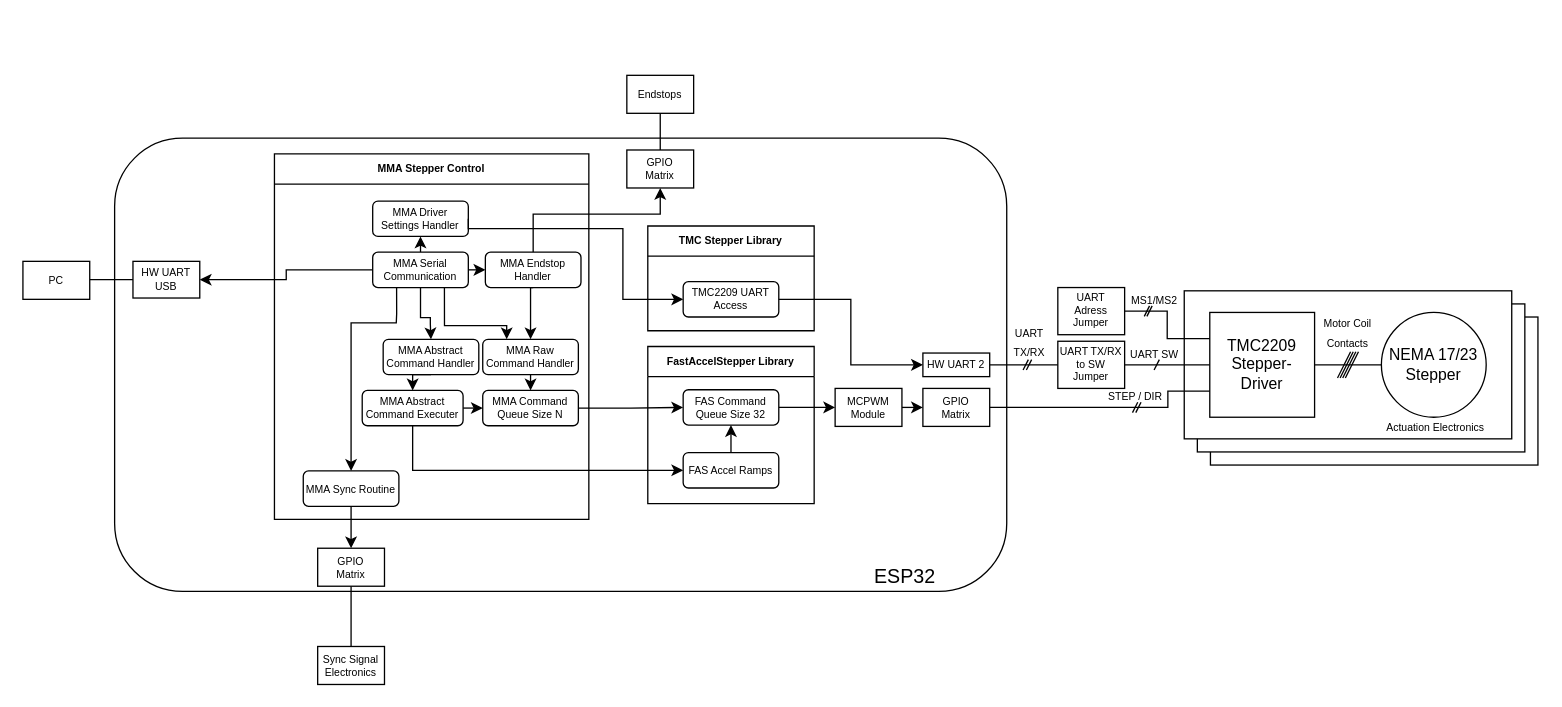
The draw.io diagram Code_Schematics/stepper_control_schematic.drawio in LexSoko/CES_Projekt, before the edit. Source tidied: cells renumbered, new cells numbered last; positions are measured from the earlier drawing's top-left corner, leaving out a move shared by most shapes. Both pictures are drawn from the tidied source at 131%, with x=0, y=0 at pixel (22, 75).
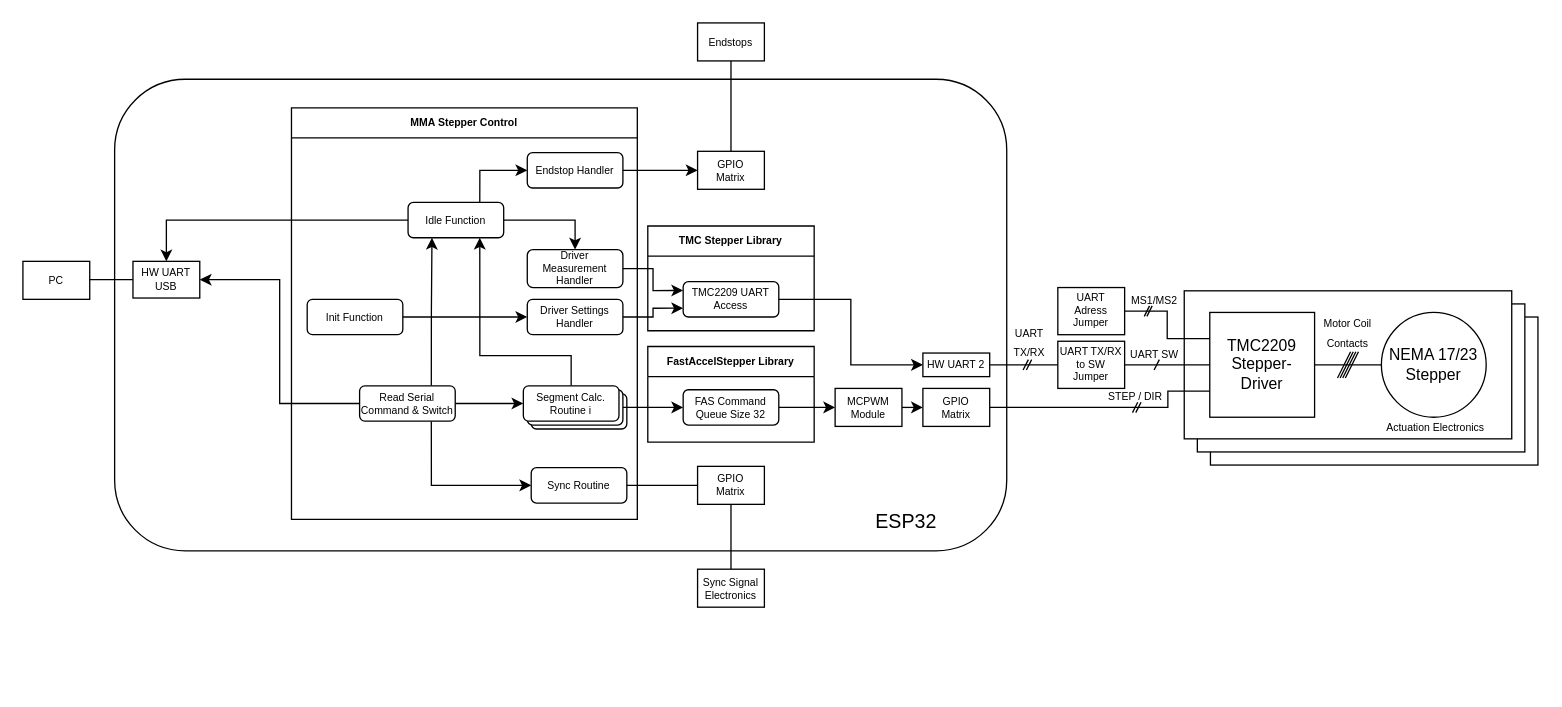
After the change.

Unchanged cells that the change refers to:
```xml
<mxCell id="38" value="FAS Command Queue Size 32" style="rounded=1;whiteSpace=wrap;html=1;fontSize=8;" parent="1" vertex="1">
  <mxGeometry x="504" y="240" width="73" height="27" as="geometry" />
</mxCell>
<mxCell id="42" value="TMC2209 UART&lt;br&gt;Access" style="rounded=1;whiteSpace=wrap;html=1;fontSize=8;" parent="41" vertex="1">
  <mxGeometry x="27" y="42.5" width="73" height="27" as="geometry" />
</mxCell>
<mxCell id="45" value="HW UART USB" style="rounded=0;whiteSpace=wrap;html=1;fontSize=8;" parent="1" vertex="1">
  <mxGeometry x="84" y="142" width="51" height="28" as="geometry" />
</mxCell>
```

Diff of the diagram source:
```diff
@@
     <mxCell id="4" style="rounded=1;whiteSpace=wrap;html=1;fontSize=8;" parent="1" vertex="1">
-      <mxGeometry x="70" y="48" width="681" height="346" as="geometry" />
+      <mxGeometry x="70" y="3" width="681" height="360" as="geometry" />
     </mxCell>
@@
     <mxCell id="36" value="FastAccelStepper Library" style="swimlane;fontSize=8;" parent="1" vertex="1">
-      <mxGeometry x="477" y="207" width="127" height="120" as="geometry" />
+      <mxGeometry x="477" y="207" width="127" height="73" as="geometry" />
     </mxCell>
@@
-    <mxCell id="39" style="edgeStyle=orthogonalEdgeStyle;rounded=0;jettySize=auto;html=1;exitX=0.5;exitY=0;exitDx=0;exitDy=0;entryX=0.5;entryY=1;entryDx=0;entryDy=0;fontSize=8;endArrow=classic;endFill=1;" parent="1" edge="1" source="40" target="38">
-      <mxGeometry relative="1" as="geometry" />
-    </mxCell>
-    <mxCell id="40" value="FAS Accel Ramps" style="rounded=1;whiteSpace=wrap;html=1;fontSize=8;" parent="1" vertex="1">
-      <mxGeometry x="504" y="288" width="73" height="27" as="geometry" />
-    </mxCell>
@@
     <mxCell id="46" value="MMA Stepper Control" style="swimlane;fontSize=8;" parent="1" vertex="1">
-      <mxGeometry x="192" y="60" width="240" height="279" as="geometry" />
+      <mxGeometry x="205" y="24.8" width="264" height="314.2" as="geometry" />
     </mxCell>
-    <mxCell id="47" value="MMA Command Queue Size N" style="rounded=1;whiteSpace=wrap;html=1;fontSize=8;" parent="46" vertex="1">
-      <mxGeometry x="159" y="180.5" width="73" height="27" as="geometry" />
-    </mxCell>
-    <mxCell id="48" style="edgeStyle=orthogonalEdgeStyle;rounded=0;jettySize=auto;html=1;exitX=0.75;exitY=1;exitDx=0;exitDy=0;entryX=0.25;entryY=0;entryDx=0;entryDy=0;fontSize=8;endArrow=classic;endFill=1;" parent="46" edge="1" source="52" target="54">
-      <mxGeometry relative="1" as="geometry">
-        <Array as="points">
-          <mxPoint x="130" y="131" />
-          <mxPoint x="177" y="131" />
-        </Array>
-      </mxGeometry>
-    </mxCell>
-    <mxCell id="49" style="edgeStyle=orthogonalEdgeStyle;rounded=0;jettySize=auto;html=1;exitX=0.5;exitY=1;exitDx=0;exitDy=0;entryX=0.5;entryY=0;entryDx=0;entryDy=0;fontSize=8;endArrow=classic;endFill=1;" parent="46" edge="1" source="52" target="56">
-      <mxGeometry relative="1" as="geometry">
-        <Array as="points">
-          <mxPoint x="111" y="125" />
-          <mxPoint x="119" y="125" />
-          <mxPoint x="119" y="130" />
-          <mxPoint x="119" y="130" />
-        </Array>
-      </mxGeometry>
-    </mxCell>
-    <mxCell id="50" style="edgeStyle=orthogonalEdgeStyle;rounded=0;jettySize=auto;html=1;exitX=0.5;exitY=0;exitDx=0;exitDy=0;entryX=0.5;entryY=1;entryDx=0;entryDy=0;fontSize=8;endArrow=classic;endFill=1;" parent="46" edge="1" source="52" target="59">
-      <mxGeometry relative="1" as="geometry" />
-    </mxCell>
-    <mxCell id="51" style="edgeStyle=orthogonalEdgeStyle;rounded=0;jettySize=auto;html=1;exitX=0.25;exitY=1;exitDx=0;exitDy=0;entryX=0.5;entryY=0;entryDx=0;entryDy=0;fontSize=8;endArrow=classic;endFill=1;" parent="46" edge="1" source="52" target="60">
-      <mxGeometry relative="1" as="geometry">
-        <Array as="points">
-          <mxPoint x="93" y="122" />
-          <mxPoint x="93" y="122" />
-          <mxPoint x="93" y="129" />
-          <mxPoint x="58" y="129" />
-        </Array>
-      </mxGeometry>
-    </mxCell>
-    <mxCell id="52" value="MMA Serial Communication" style="rounded=1;whiteSpace=wrap;html=1;fontSize=8;" parent="46" vertex="1">
-      <mxGeometry x="75" y="75" width="73" height="27" as="geometry" />
-    </mxCell>
-    <mxCell id="53" style="edgeStyle=orthogonalEdgeStyle;rounded=0;jettySize=auto;html=1;exitX=0.5;exitY=1;exitDx=0;exitDy=0;entryX=0.5;entryY=0;entryDx=0;entryDy=0;fontSize=8;endArrow=classic;endFill=1;" parent="46" edge="1" source="54" target="47">
-      <mxGeometry relative="1" as="geometry" />
-    </mxCell>
-    <mxCell id="54" value="MMA Raw Command Handler" style="rounded=1;whiteSpace=wrap;html=1;fontSize=8;" parent="46" vertex="1">
-      <mxGeometry x="159" y="141.5" width="73" height="27" as="geometry" />
-    </mxCell>
-    <mxCell id="55" style="edgeStyle=orthogonalEdgeStyle;rounded=0;jettySize=auto;html=1;exitX=0.5;exitY=1;exitDx=0;exitDy=0;entryX=0.5;entryY=0;entryDx=0;entryDy=0;fontSize=8;endArrow=classic;endFill=1;" parent="46" edge="1" source="56" target="58">
-      <mxGeometry relative="1" as="geometry" />
-    </mxCell>
-    <mxCell id="56" value="MMA Abstract Command Handler" style="rounded=1;whiteSpace=wrap;html=1;fontSize=8;" parent="46" vertex="1">
-      <mxGeometry x="83" y="141.5" width="73" height="27" as="geometry" />
-    </mxCell>
-    <mxCell id="57" style="edgeStyle=orthogonalEdgeStyle;rounded=0;jettySize=auto;html=1;exitX=1;exitY=0.5;exitDx=0;exitDy=0;entryX=0;entryY=0.5;entryDx=0;entryDy=0;fontSize=8;endArrow=classic;endFill=1;" parent="46" edge="1" source="58" target="47">
-      <mxGeometry relative="1" as="geometry" />
-    </mxCell>
-    <mxCell id="58" value="MMA Abstract Command Executer" style="rounded=1;whiteSpace=wrap;html=1;fontSize=8;" parent="46" vertex="1">
-      <mxGeometry x="67" y="180.5" width="77" height="27" as="geometry" />
-    </mxCell>
-    <mxCell id="59" value="MMA Driver Settings Handler" style="rounded=1;whiteSpace=wrap;html=1;fontSize=8;" parent="46" vertex="1">
-      <mxGeometry x="75" y="36" width="73" height="27" as="geometry" />
-    </mxCell>
-    <mxCell id="60" value="MMA Sync Routine" style="rounded=1;whiteSpace=wrap;html=1;fontSize=8;" parent="46" vertex="1">
-      <mxGeometry x="22" y="242" width="73" height="27" as="geometry" />
-    </mxCell>
-    <mxCell id="61" style="edgeStyle=orthogonalEdgeStyle;rounded=0;jettySize=auto;html=1;exitX=1;exitY=0.5;exitDx=0;exitDy=0;entryX=0;entryY=0.5;entryDx=0;entryDy=0;fontSize=8;endArrow=classic;endFill=1;" parent="1" edge="1" source="47" target="38">
-      <mxGeometry relative="1" as="geometry" />
-    </mxCell>
@@
-    <mxCell id="63" style="edgeStyle=orthogonalEdgeStyle;rounded=0;jettySize=auto;html=1;exitX=1;exitY=0.5;exitDx=0;exitDy=0;entryX=0;entryY=0.5;entryDx=0;entryDy=0;fontSize=8;endArrow=classic;endFill=1;" parent="1" edge="1" source="59" target="42">
-      <mxGeometry relative="1" as="geometry">
-        <Array as="points">
-          <mxPoint x="458" y="117" />
-          <mxPoint x="458" y="171" />
-        </Array>
-      </mxGeometry>
-    </mxCell>
-    <mxCell id="64" style="edgeStyle=orthogonalEdgeStyle;rounded=0;jettySize=auto;html=1;exitX=0.5;exitY=1;exitDx=0;exitDy=0;entryX=0;entryY=0.5;entryDx=0;entryDy=0;fontSize=8;endArrow=classic;endFill=1;" parent="1" edge="1" source="58" target="40">
-      <mxGeometry relative="1" as="geometry" />
-    </mxCell>
@@
     <mxCell id="66" value="GPIO&lt;br&gt;Matrix" style="rounded=0;whiteSpace=wrap;html=1;fontSize=8;" parent="1" vertex="1">
-      <mxGeometry x="225" y="361" width="51" height="29" as="geometry" />
+      <mxGeometry x="515" y="298.5" width="51" height="29" as="geometry" />
     </mxCell>
-    <mxCell id="67" style="edgeStyle=orthogonalEdgeStyle;rounded=0;jettySize=auto;html=1;exitX=0.5;exitY=1;exitDx=0;exitDy=0;fontSize=8;endArrow=classic;endFill=1;" parent="1" edge="1" source="60" target="66">
-      <mxGeometry relative="1" as="geometry" />
-    </mxCell>
-    <mxCell id="68" style="edgeStyle=orthogonalEdgeStyle;rounded=0;jettySize=auto;html=1;exitX=0.5;exitY=1;exitDx=0;exitDy=0;entryX=0.5;entryY=0;entryDx=0;entryDy=0;fontSize=8;endArrow=classic;endFill=1;" parent="1" edge="1" source="70" target="54">
-      <mxGeometry relative="1" as="geometry" />
-    </mxCell>
-    <mxCell id="69" style="edgeStyle=orthogonalEdgeStyle;rounded=0;jettySize=auto;html=1;exitX=0.5;exitY=0;exitDx=0;exitDy=0;entryX=0.5;entryY=1;entryDx=0;entryDy=0;fontSize=8;endArrow=classic;endFill=1;" parent="1" edge="1" source="70" target="73">
-      <mxGeometry relative="1" as="geometry">
-        <Array as="points">
-          <mxPoint x="389" y="106" />
-          <mxPoint x="487" y="106" />
-        </Array>
-      </mxGeometry>
+    <mxCell id="69" style="edgeStyle=orthogonalEdgeStyle;rounded=0;jettySize=auto;html=1;exitX=1;exitY=0.5;exitDx=0;exitDy=0;entryX=0;entryY=0.5;entryDx=0;entryDy=0;" parent="1" edge="1" source="70" target="73">
+      <mxGeometry relative="1" as="geometry" />
     </mxCell>
-    <mxCell id="70" value="MMA Endstop Handler" style="rounded=1;whiteSpace=wrap;html=1;fontSize=8;" parent="1" vertex="1">
-      <mxGeometry x="353" y="135" width="73" height="27" as="geometry" />
+    <mxCell id="70" value="Endstop Handler" style="rounded=1;whiteSpace=wrap;html=1;fontSize=8;" parent="1" vertex="1">
+      <mxGeometry x="385" y="59" width="73" height="27" as="geometry" />
     </mxCell>
-    <mxCell id="71" style="edgeStyle=orthogonalEdgeStyle;rounded=0;jettySize=auto;html=1;exitX=1;exitY=0.5;exitDx=0;exitDy=0;entryX=0;entryY=0.5;entryDx=0;entryDy=0;fontSize=8;endArrow=classic;endFill=1;" parent="1" edge="1" source="52" target="70">
-      <mxGeometry relative="1" as="geometry" />
-    </mxCell>
-    <mxCell id="72" style="edgeStyle=orthogonalEdgeStyle;rounded=0;jettySize=auto;html=1;exitX=0.5;exitY=0;exitDx=0;exitDy=0;entryX=0.5;entryY=1;entryDx=0;entryDy=0;fontSize=8;endArrow=none;endFill=0;" parent="1" edge="1" source="73" target="75">
+    <mxCell id="72" style="rounded=0;jettySize=auto;html=1;exitX=0.5;exitY=0;exitDx=0;exitDy=0;entryX=0.5;entryY=1;entryDx=0;entryDy=0;endArrow=none;endFill=0;" parent="1" edge="1" source="73" target="75">
       <mxGeometry relative="1" as="geometry" />
     </mxCell>
     <mxCell id="73" value="GPIO&lt;br&gt;Matrix" style="rounded=0;whiteSpace=wrap;html=1;fontSize=8;" parent="1" vertex="1">
-      <mxGeometry x="461" y="57" width="51" height="29" as="geometry" />
+      <mxGeometry x="515" y="58" width="51" height="29" as="geometry" />
     </mxCell>
     <mxCell id="74" value="Sync Signal Electronics" style="rounded=0;whiteSpace=wrap;html=1;fontSize=8;" parent="1" vertex="1">
-      <mxGeometry x="225" y="436" width="51" height="29" as="geometry" />
+      <mxGeometry x="515" y="377" width="51" height="29" as="geometry" />
     </mxCell>
     <mxCell id="75" value="Endstops" style="rounded=0;whiteSpace=wrap;html=1;fontSize=8;" parent="1" vertex="1">
-      <mxGeometry x="461" width="51" height="29" as="geometry" />
+      <mxGeometry x="515" y="-40" width="51" height="29" as="geometry" />
     </mxCell>
     <mxCell id="76" value="&lt;font style=&quot;font-size: 15px&quot;&gt;ESP32&lt;/font&gt;" style="text;html=1;strokeColor=none;fillColor=none;align=center;verticalAlign=middle;whiteSpace=wrap;rounded=0;fontSize=8;" parent="1" vertex="1">
-      <mxGeometry x="630" y="374" width="87" height="16" as="geometry" />
+      <mxGeometry x="631" y="332" width="87" height="16" as="geometry" />
     </mxCell>
@@
+    <mxCell id="78" style="edgeStyle=orthogonalEdgeStyle;rounded=0;jettySize=auto;html=1;exitX=1;exitY=0.5;exitDx=0;exitDy=0;entryX=0;entryY=0.5;entryDx=0;entryDy=0;" parent="1" edge="1" source="52" target="84">
+      <mxGeometry relative="1" as="geometry" />
+    </mxCell>
+    <mxCell id="79" style="edgeStyle=orthogonalEdgeStyle;rounded=0;jettySize=auto;html=1;exitX=0.75;exitY=0;exitDx=0;exitDy=0;entryX=0.25;entryY=1;entryDx=0;entryDy=0;" parent="1" edge="1" source="52" target="90">
+      <mxGeometry relative="1" as="geometry" />
+    </mxCell>
+    <mxCell id="51" style="edgeStyle=orthogonalEdgeStyle;rounded=0;jettySize=auto;html=1;exitX=0.75;exitY=1;exitDx=0;exitDy=0;entryX=0;entryY=0.5;entryDx=0;entryDy=0;endArrow=classic;endFill=1;" parent="1" edge="1" source="52" target="60">
+      <mxGeometry relative="1" as="geometry" />
+    </mxCell>
+    <mxCell id="52" value="Read Serial Command &amp;amp; Switch" style="rounded=1;whiteSpace=wrap;html=1;fontSize=8;" parent="1" vertex="1">
+      <mxGeometry x="257" y="237" width="73" height="27" as="geometry" />
+    </mxCell>
+    <mxCell id="63" style="edgeStyle=orthogonalEdgeStyle;rounded=0;jettySize=auto;html=1;exitX=1;exitY=0.5;exitDx=0;exitDy=0;entryX=0;entryY=0.75;entryDx=0;entryDy=0;" parent="1" edge="1" source="59" target="42">
+      <mxGeometry relative="1" as="geometry" />
+    </mxCell>
+    <mxCell id="59" value="Driver Settings Handler" style="rounded=1;whiteSpace=wrap;html=1;fontSize=8;" parent="1" vertex="1">
+      <mxGeometry x="385" y="171" width="73" height="27" as="geometry" />
+    </mxCell>
+    <mxCell id="67" style="edgeStyle=orthogonalEdgeStyle;rounded=0;jettySize=auto;html=1;exitX=1;exitY=0.5;exitDx=0;exitDy=0;entryX=0;entryY=0.5;entryDx=0;entryDy=0;endArrow=none;endFill=0;" parent="1" edge="1" source="60" target="66">
+      <mxGeometry relative="1" as="geometry" />
+    </mxCell>
+    <mxCell id="60" value="Sync Routine" style="rounded=1;whiteSpace=wrap;html=1;fontSize=8;" parent="1" vertex="1">
+      <mxGeometry x="388" y="299.5" width="73" height="27" as="geometry" />
+    </mxCell>
+    <mxCell id="80" style="rounded=1;whiteSpace=wrap;html=1;fontSize=8;" parent="1" vertex="1">
+      <mxGeometry x="388" y="243" width="73" height="27" as="geometry" />
+    </mxCell>
+    <mxCell id="81" style="edgeStyle=orthogonalEdgeStyle;rounded=0;jettySize=auto;html=1;exitX=1;exitY=0.5;exitDx=0;exitDy=0;" parent="1" edge="1" source="82" target="38">
+      <mxGeometry relative="1" as="geometry" />
+    </mxCell>
+    <mxCell id="82" style="rounded=1;whiteSpace=wrap;html=1;fontSize=8;" parent="1" vertex="1">
+      <mxGeometry x="385" y="240" width="73" height="27" as="geometry" />
+    </mxCell>
+    <mxCell id="83" style="edgeStyle=orthogonalEdgeStyle;rounded=0;jettySize=auto;html=1;exitX=0.5;exitY=0;exitDx=0;exitDy=0;entryX=0.75;entryY=1;entryDx=0;entryDy=0;" parent="1" edge="1" source="84" target="90">
+      <mxGeometry relative="1" as="geometry">
+        <Array as="points">
+          <mxPoint x="419" y="214" />
+          <mxPoint x="349" y="214" />
+        </Array>
+      </mxGeometry>
+    </mxCell>
+    <mxCell id="84" value="Segment Calc. Routine i" style="rounded=1;whiteSpace=wrap;html=1;fontSize=8;" parent="1" vertex="1">
+      <mxGeometry x="382" y="237" width="73" height="27" as="geometry" />
+    </mxCell>
+    <mxCell id="85" style="edgeStyle=orthogonalEdgeStyle;rounded=0;jettySize=auto;html=1;exitX=1;exitY=0.5;exitDx=0;exitDy=0;entryX=0;entryY=0.25;entryDx=0;entryDy=0;" parent="1" edge="1" source="86" target="42">
+      <mxGeometry relative="1" as="geometry" />
+    </mxCell>
+    <mxCell id="86" value="Driver Measurement Handler" style="rounded=1;whiteSpace=wrap;html=1;fontSize=8;" parent="1" vertex="1">
+      <mxGeometry x="385" y="133" width="73" height="29" as="geometry" />
+    </mxCell>
+    <mxCell id="87" style="edgeStyle=orthogonalEdgeStyle;rounded=0;jettySize=auto;html=1;exitX=0.75;exitY=0;exitDx=0;exitDy=0;entryX=0;entryY=0.5;entryDx=0;entryDy=0;" parent="1" edge="1" source="90" target="70">
+      <mxGeometry relative="1" as="geometry" />
+    </mxCell>
+    <mxCell id="88" style="edgeStyle=orthogonalEdgeStyle;rounded=0;jettySize=auto;html=1;exitX=1;exitY=0.5;exitDx=0;exitDy=0;entryX=0.5;entryY=0;entryDx=0;entryDy=0;" parent="1" edge="1" source="90" target="86">
+      <mxGeometry relative="1" as="geometry" />
+    </mxCell>
+    <mxCell id="89" style="edgeStyle=orthogonalEdgeStyle;rounded=0;jettySize=auto;html=1;exitX=0;exitY=0.5;exitDx=0;exitDy=0;entryX=0.5;entryY=0;entryDx=0;entryDy=0;" parent="1" edge="1" source="90" target="45">
+      <mxGeometry relative="1" as="geometry" />
+    </mxCell>
+    <mxCell id="90" value="Idle Function" style="rounded=1;whiteSpace=wrap;html=1;fontSize=8;" parent="1" vertex="1">
+      <mxGeometry x="294" y="97" width="73" height="27" as="geometry" />
+    </mxCell>
+    <mxCell id="91" style="edgeStyle=orthogonalEdgeStyle;rounded=0;jettySize=auto;html=1;exitX=1;exitY=0.5;exitDx=0;exitDy=0;entryX=0;entryY=0.5;entryDx=0;entryDy=0;endArrow=classic;endFill=1;" parent="1" edge="1" source="92" target="59">
+      <mxGeometry relative="1" as="geometry" />
+    </mxCell>
+    <mxCell id="92" value="Init Function" style="rounded=1;whiteSpace=wrap;html=1;fontSize=8;" parent="1" vertex="1">
+      <mxGeometry x="217" y="171" width="73" height="27" as="geometry" />
+    </mxCell>
```
